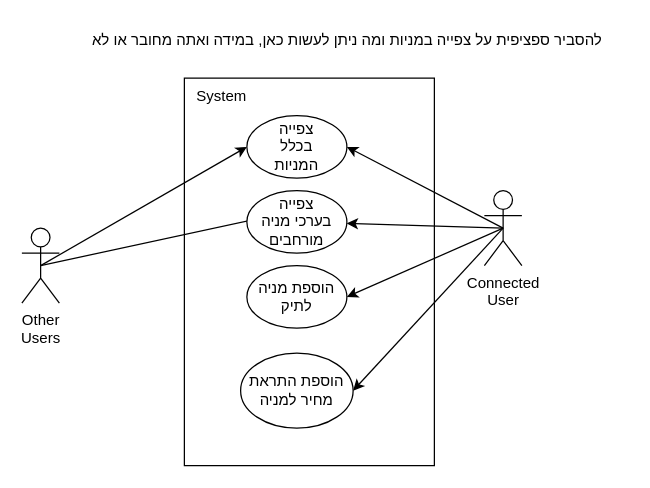
Earlier version of the draw.io diagram oop course/draws/use case/stockView.drawio (roei910/my-stocks). Source tidied: cells renumbered, new cells numbered last; positions are measured from the earlier drawing's top-left corner, leaving out a move shared by most shapes. Both pictures are drawn from the tidied source at 125%, with x=0, y=0 at pixel (21, 21).
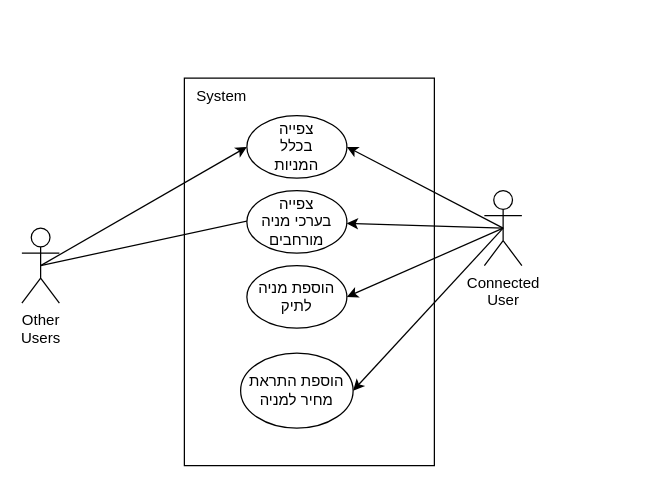
The same page after the edit.

Change to the diagram source:
```diff
@@
 <mxGraphModel>
   <root>
     <mxCell id="0" />
     <mxCell id="1" parent="0" />
-    <mxCell id="2" value="להסביר ספציפית על צפייה במניות ומה ניתן לעשות כאן, במידה ואתה מחובר או לא&lt;br&gt;" style="text;html=1;align=center;verticalAlign=middle;strokeColor=none;fillColor=none;" parent="1" vertex="1">
-      <mxGeometry x="35" width="450" height="30" as="geometry" />
-    </mxCell>
     <mxCell id="3" style="rounded=0;whiteSpace=wrap;html=1;" parent="1" vertex="1">
       <mxGeometry x="130" y="45" width="200" height="310" as="geometry" />
     </mxCell>
     <mxCell id="4" style="edgeStyle=none;html=1;exitX=0.5;exitY=0.5;exitDx=0;exitDy=0;exitPerimeter=0;entryX=1;entryY=0.5;entryDx=0;entryDy=0;" parent="1" edge="1" source="8" target="15">
       <mxGeometry relative="1" as="geometry" />
     </mxCell>
     <mxCell id="5" style="edgeStyle=none;html=1;exitX=0.5;exitY=0.5;exitDx=0;exitDy=0;exitPerimeter=0;entryX=1;entryY=0.5;entryDx=0;entryDy=0;" parent="1" edge="1" source="8" target="16">
       <mxGeometry relative="1" as="geometry" />
     </mxCell>
     <mxCell id="6" style="edgeStyle=none;html=1;exitX=0.5;exitY=0.5;exitDx=0;exitDy=0;exitPerimeter=0;" parent="1" edge="1" source="8" target="14">
       <mxGeometry relative="1" as="geometry" />
     </mxCell>
     <mxCell id="7" style="edgeStyle=none;html=1;exitX=0.5;exitY=0.5;exitDx=0;exitDy=0;exitPerimeter=0;entryX=1;entryY=0.5;entryDx=0;entryDy=0;" parent="1" edge="1" source="8" target="12">
       <mxGeometry relative="1" as="geometry" />
     </mxCell>
     <mxCell id="8" value="Connected&lt;br&gt;User" style="shape=umlActor;verticalLabelPosition=bottom;verticalAlign=top;html=1;outlineConnect=0;" parent="1" vertex="1">
       <mxGeometry x="370" y="135" width="30" height="60" as="geometry" />
     </mxCell>
     <mxCell id="9" style="edgeStyle=none;html=1;exitX=0.5;exitY=0.5;exitDx=0;exitDy=0;exitPerimeter=0;entryX=0;entryY=0.5;entryDx=0;entryDy=0;" parent="1" edge="1" source="11" target="12">
       <mxGeometry relative="1" as="geometry" />
     </mxCell>
     <mxCell id="10" style="edgeStyle=none;html=1;exitX=0.5;exitY=0.5;exitDx=0;exitDy=0;exitPerimeter=0;entryX=0.25;entryY=0.4;entryDx=0;entryDy=0;entryPerimeter=0;" parent="1" edge="1" source="11" target="14">
       <mxGeometry relative="1" as="geometry" />
     </mxCell>
     <mxCell id="11" value="Other&lt;br&gt;Users" style="shape=umlActor;verticalLabelPosition=bottom;verticalAlign=top;html=1;outlineConnect=0;" parent="1" vertex="1">
       <mxGeometry y="165" width="30" height="60" as="geometry" />
     </mxCell>
     <mxCell id="12" value="צפייה&lt;br&gt;בכלל&lt;br&gt;המניות" style="ellipse;whiteSpace=wrap;html=1;" parent="1" vertex="1">
       <mxGeometry x="180" y="75" width="80" height="50" as="geometry" />
     </mxCell>
     <mxCell id="13" value="System" style="text;html=1;strokeColor=none;fillColor=none;align=center;verticalAlign=middle;whiteSpace=wrap;rounded=0;" parent="1" vertex="1">
       <mxGeometry x="130" y="45" width="60" height="30" as="geometry" />
     </mxCell>
     <mxCell id="14" value="צפייה&lt;br&gt;בערכי מניה מורחבים" style="ellipse;whiteSpace=wrap;html=1;" parent="1" vertex="1">
       <mxGeometry x="180" y="135" width="80" height="50" as="geometry" />
     </mxCell>
     <mxCell id="15" value="הוספת מניה לתיק" style="ellipse;whiteSpace=wrap;html=1;" parent="1" vertex="1">
       <mxGeometry x="180" y="195" width="80" height="50" as="geometry" />
     </mxCell>
     <mxCell id="16" value="הוספת התראת מחיר למניה" style="ellipse;whiteSpace=wrap;html=1;" parent="1" vertex="1">
       <mxGeometry x="175" y="265" width="90" height="60" as="geometry" />
     </mxCell>
   </root>
 </mxGraphModel>
```
